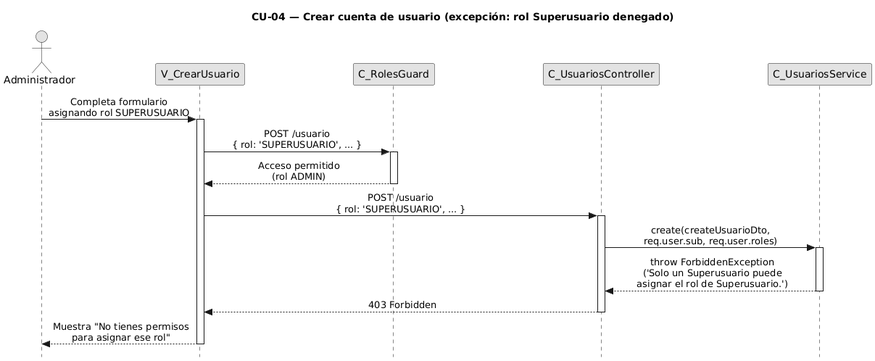
Earlier version of the PlantUML export diagramas-secuencia/CU04/CU04-exc-rol-superusuario-denegado.png (FSM-Finet-y-Cable-Magico/Team_1-Inventario-y-Bodega).
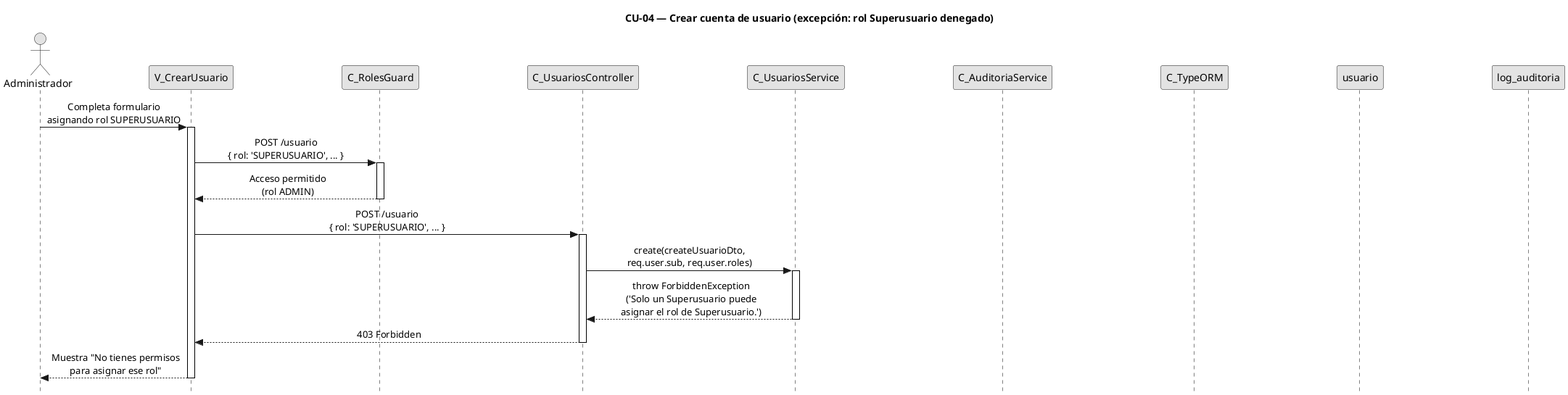
Above is the later version.

Diff of the diagram source:
```diff
@@ -18,6 +18,10 @@
 participant "C_RolesGuard" as guard
 participant "C_UsuariosController" as ctrl
 participant "C_UsuariosService" as svc
+participant "C_AuditoriaService" as aud
+participant "C_TypeORM" as orm
+participant "usuario" as uent
+participant "log_auditoria" as aent
 
 user -> view : Completa formulario\nasignando rol SUPERUSUARIO
 activate view
```
